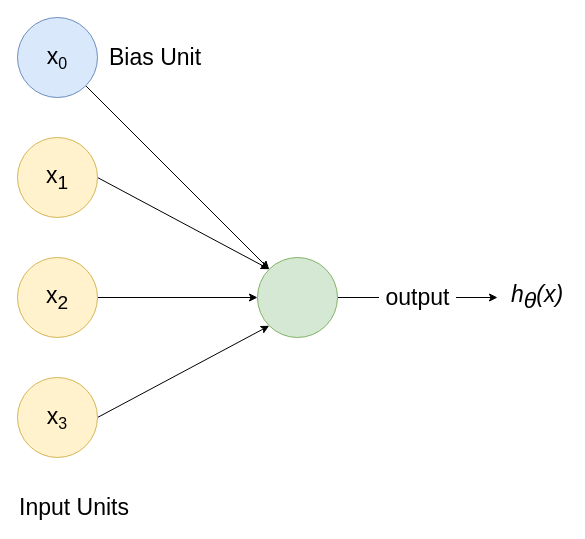
Before: images/neural-network/neuron.drawio.xml in trekhleb/machine-learning-octave, a draw.io diagram. Source tidied: cells renumbered, new cells numbered last; positions are measured from the earlier drawing's top-left corner, leaving out a move shared by most shapes. Both pictures are drawn from the tidied source at 100%, with x=0, y=0 at pixel (17, 17).
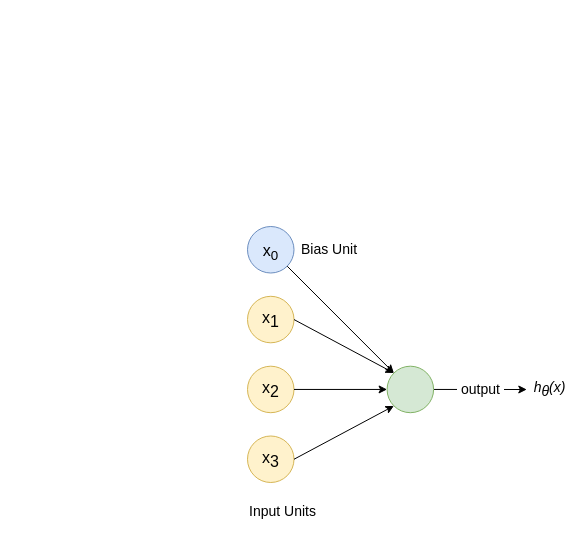
The same diagram, later.

Change to the diagram source:
```diff
@@
 <mxGraphModel background="#ffffff">
   <root>
     <mxCell id="0" />
     <mxCell id="1" parent="0" />
-    <mxCell id="2" style="rounded=0;html=1;exitX=1;exitY=0.5;entryX=0;entryY=0;jettySize=auto;fontSize=23;" parent="1" edge="1" source="3" target="11">
-      <mxGeometry relative="1" as="geometry" />
-    </mxCell>
+    <mxCell id="15" style="group;" parent="1" vertex="1">
+      <mxGeometry x="230" y="209" width="320" height="291" as="geometry" />
+    </mxCell>
-    <mxCell id="3" value="&lt;font style=&quot;font-size: 23px&quot;&gt;x&lt;sub&gt;1&lt;/sub&gt;&lt;/font&gt;" style="ellipse;whiteSpace=wrap;html=1;fontSize=23;fillColor=#fff2cc;strokeColor=#d6b656;" parent="1" vertex="1">
-      <mxGeometry y="120" width="80" height="80" as="geometry" />
+    <mxCell id="3" value="&lt;font style=&quot;font-size: 16px;&quot;&gt;x&lt;sub style=&quot;font-size: 16px;&quot;&gt;1&lt;/sub&gt;&lt;/font&gt;" style="ellipse;whiteSpace=wrap;html=1;fontSize=16;fillColor=#fff2cc;strokeColor=#d6b656;" parent="15" vertex="1">
+      <mxGeometry y="69.8" width="46.5" height="46.5" as="geometry" />
     </mxCell>
-    <mxCell id="4" style="edgeStyle=none;rounded=0;html=1;exitX=1;exitY=0.5;entryX=0;entryY=0.5;jettySize=auto;fontSize=23;" parent="1" edge="1" source="5" target="11">
-      <mxGeometry relative="1" as="geometry" />
-    </mxCell>
-    <mxCell id="5" value="&lt;font style=&quot;font-size: 23px&quot;&gt;x&lt;sub&gt;2&lt;/sub&gt;&lt;/font&gt;" style="ellipse;whiteSpace=wrap;html=1;fontSize=23;fillColor=#fff2cc;strokeColor=#d6b656;" parent="1" vertex="1">
-      <mxGeometry y="240" width="80" height="80" as="geometry" />
+    <mxCell id="5" value="&lt;font style=&quot;font-size: 16px;&quot;&gt;x&lt;sub style=&quot;font-size: 16px;&quot;&gt;2&lt;/sub&gt;&lt;/font&gt;" style="ellipse;whiteSpace=wrap;html=1;fontSize=16;fillColor=#fff2cc;strokeColor=#d6b656;" parent="15" vertex="1">
+      <mxGeometry y="139.7" width="46.5" height="46.5" as="geometry" />
     </mxCell>
-    <mxCell id="6" style="edgeStyle=none;rounded=0;html=1;exitX=1;exitY=0.5;entryX=0;entryY=1;jettySize=auto;fontSize=23;" parent="1" edge="1" source="7" target="11">
-      <mxGeometry relative="1" as="geometry" />
-    </mxCell>
-    <mxCell id="7" value="&lt;font style=&quot;font-size: 23px&quot;&gt;x&lt;/font&gt;&lt;font style=&quot;font-size: 19.1667px&quot;&gt;&lt;sub&gt;3&lt;/sub&gt;&lt;/font&gt;" style="ellipse;whiteSpace=wrap;html=1;fontSize=23;fillColor=#fff2cc;strokeColor=#d6b656;" parent="1" vertex="1">
-      <mxGeometry y="360" width="80" height="80" as="geometry" />
+    <mxCell id="7" value="&lt;font style=&quot;font-size: 16px;&quot;&gt;x&lt;/font&gt;&lt;font style=&quot;font-size: 16px;&quot;&gt;&lt;sub style=&quot;font-size: 16px;&quot;&gt;3&lt;/sub&gt;&lt;/font&gt;" style="ellipse;whiteSpace=wrap;html=1;fontSize=16;fillColor=#fff2cc;strokeColor=#d6b656;" parent="15" vertex="1">
+      <mxGeometry y="209.5" width="46.5" height="46.5" as="geometry" />
     </mxCell>
-    <mxCell id="8" style="edgeStyle=none;rounded=0;html=1;exitX=1;exitY=1;entryX=0;entryY=0;jettySize=auto;fontSize=23;" parent="1" edge="1" source="9" target="11">
-      <mxGeometry relative="1" as="geometry" />
-    </mxCell>
-    <mxCell id="9" value="&lt;font style=&quot;font-size: 23px&quot;&gt;x&lt;/font&gt;&lt;font style=&quot;font-size: 19.1667px&quot;&gt;&lt;sub&gt;0&lt;/sub&gt;&lt;/font&gt;" style="ellipse;whiteSpace=wrap;html=1;fontSize=23;fillColor=#dae8fc;strokeColor=#6c8ebf;" parent="1" vertex="1">
-      <mxGeometry width="80" height="80" as="geometry" />
+    <mxCell id="9" value="&lt;font style=&quot;font-size: 16px&quot;&gt;x&lt;sub&gt;0&lt;/sub&gt;&lt;/font&gt;" style="ellipse;whiteSpace=wrap;html=1;fontSize=23;fillColor=#dae8fc;strokeColor=#6c8ebf;" parent="15" vertex="1">
+      <mxGeometry width="46.5" height="46.5" as="geometry" />
     </mxCell>
-    <mxCell id="10" value="&amp;nbsp;output&amp;nbsp;" style="edgeStyle=none;rounded=0;html=1;exitX=1;exitY=0.5;jettySize=auto;fontSize=23;" parent="1" edge="1" source="11">
+    <mxCell id="10" value="&amp;nbsp;output&amp;nbsp;" style="edgeStyle=none;rounded=0;html=1;exitX=1;exitY=0.5;jettySize=auto;fontSize=14;" parent="15" edge="1" source="11">
       <mxGeometry relative="1" as="geometry">
-        <mxPoint x="480" y="280" as="targetPoint" />
+        <mxPoint x="279.3" y="163" as="targetPoint" />
       </mxGeometry>
     </mxCell>
-    <mxCell id="11" style="ellipse;whiteSpace=wrap;html=1;fontSize=23;fillColor=#d5e8d4;strokeColor=#82b366;" parent="1" vertex="1">
-      <mxGeometry x="240" y="240" width="80" height="80" as="geometry" />
+    <mxCell id="11" style="ellipse;whiteSpace=wrap;html=1;fontSize=23;fillColor=#d5e8d4;strokeColor=#82b366;" parent="15" vertex="1">
+      <mxGeometry x="139.6" y="139.7" width="46.5" height="46.5" as="geometry" />
     </mxCell>
+    <mxCell id="2" style="rounded=0;html=1;exitX=1;exitY=0.5;entryX=0;entryY=0;jettySize=auto;fontSize=23;" parent="15" edge="1" source="3" target="11">
+      <mxGeometry relative="1" as="geometry" />
+    </mxCell>
+    <mxCell id="4" style="edgeStyle=none;rounded=0;html=1;exitX=1;exitY=0.5;entryX=0;entryY=0.5;jettySize=auto;fontSize=23;" parent="15" edge="1" source="5" target="11">
+      <mxGeometry relative="1" as="geometry" />
+    </mxCell>
+    <mxCell id="6" style="edgeStyle=none;rounded=0;html=1;exitX=1;exitY=0.5;entryX=0;entryY=1;jettySize=auto;fontSize=23;" parent="15" edge="1" source="7" target="11">
+      <mxGeometry relative="1" as="geometry" />
+    </mxCell>
+    <mxCell id="8" style="edgeStyle=none;rounded=0;html=1;exitX=1;exitY=1;entryX=0;entryY=0;jettySize=auto;fontSize=23;" parent="15" edge="1" source="9" target="11">
+      <mxGeometry relative="1" as="geometry" />
+    </mxCell>
-    <mxCell id="12" value="h&lt;span style=&quot;font-size: 23px;&quot;&gt;&lt;sub style=&quot;font-size: 23px;&quot;&gt;θ&lt;/sub&gt;&lt;/span&gt;(x)" style="text;html=1;strokeColor=none;fillColor=none;align=center;verticalAlign=middle;whiteSpace=wrap;rounded=0;fontSize=23;fontStyle=2;" parent="1" vertex="1">
-      <mxGeometry x="490" y="270" width="60" height="20" as="geometry" />
+    <mxCell id="12" value="h&lt;span style=&quot;font-size: 14px;&quot;&gt;&lt;sub style=&quot;font-size: 14px;&quot;&gt;θ&lt;/sub&gt;&lt;/span&gt;(x)" style="text;html=1;strokeColor=none;fillColor=none;align=center;verticalAlign=middle;whiteSpace=wrap;rounded=0;fontSize=14;fontStyle=2;" parent="15" vertex="1">
+      <mxGeometry x="285.1" y="157.1" width="34.9" height="11.6" as="geometry" />
     </mxCell>
-    <mxCell id="13" value="Bias Unit" style="text;html=1;strokeColor=none;fillColor=none;align=left;verticalAlign=middle;whiteSpace=wrap;rounded=0;fontSize=23;" parent="1" vertex="1">
-      <mxGeometry x="90" y="30" width="220" height="20" as="geometry" />
+    <mxCell id="13" value="Bias Unit" style="text;html=1;strokeColor=none;fillColor=none;align=left;verticalAlign=middle;whiteSpace=wrap;rounded=0;fontSize=14;" parent="15" vertex="1">
+      <mxGeometry x="52.4" y="17.5" width="128" height="11.6" as="geometry" />
     </mxCell>
-    <mxCell id="14" value="Input Units" style="text;html=1;strokeColor=none;fillColor=none;align=left;verticalAlign=middle;whiteSpace=wrap;rounded=0;fontSize=23;" parent="1" vertex="1">
-      <mxGeometry y="480" width="220" height="20" as="geometry" />
+    <mxCell id="14" value="Input Units" style="text;html=1;strokeColor=none;fillColor=none;align=left;verticalAlign=middle;whiteSpace=wrap;rounded=0;fontSize=14;" parent="15" vertex="1">
+      <mxGeometry y="279.4" width="128" height="11.6" as="geometry" />
     </mxCell>
   </root>
 </mxGraphModel>
```
